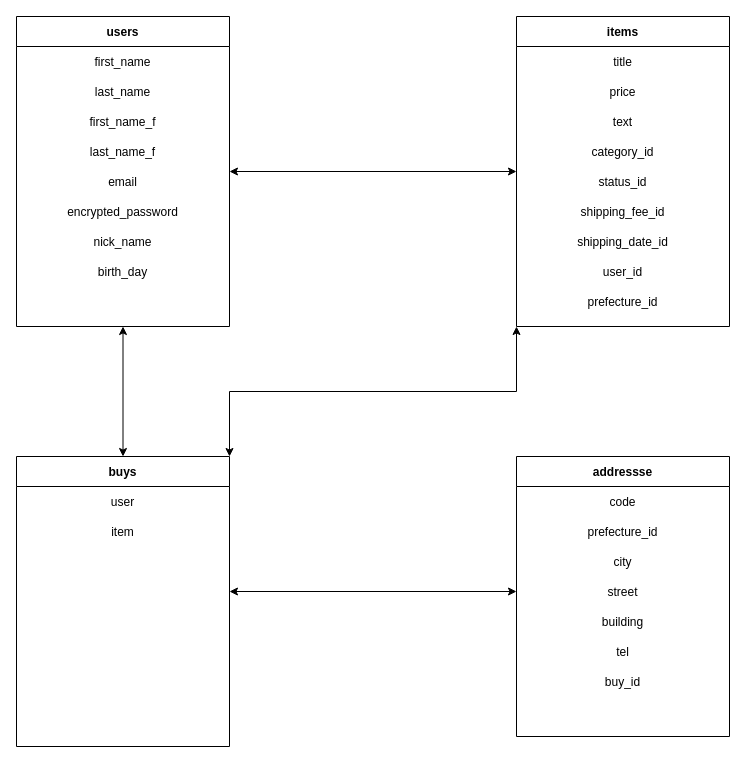
Above: er.dio in hiroforgithub/furima-32590 (draw.io), before the change. Source tidied: cells renumbered, new cells numbered last; positions are measured from the earlier drawing's top-left corner, leaving out a move shared by most shapes. Both pictures are drawn from the tidied source at 100%, with x=0, y=0 at pixel (16, 16).
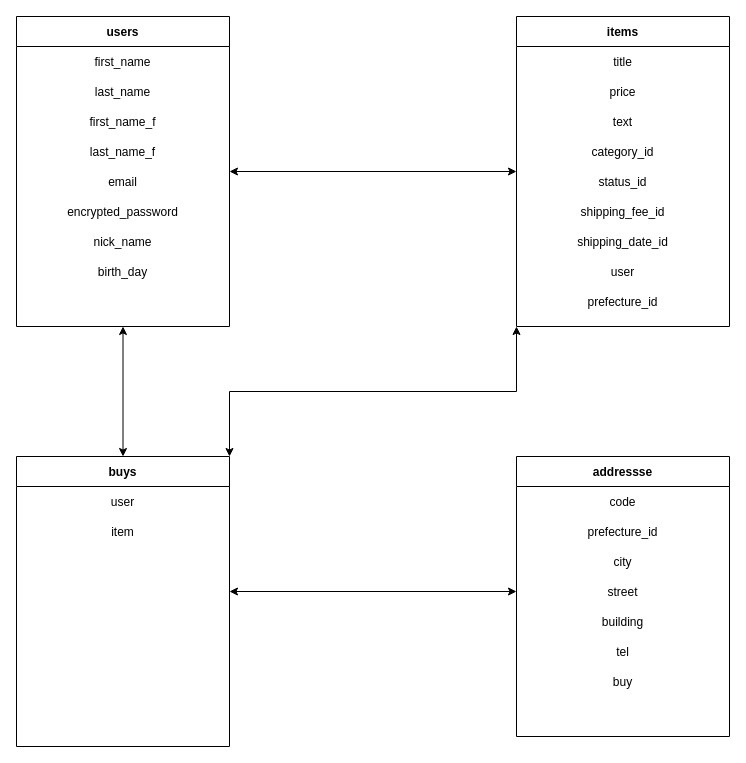
Above is the later version.

Commit message (it also covers changes not shown here):
ER図・README記述（修正④）

Unchanged cells that the change refers to:
```xml
<mxCell id="38" style="shape=partialRectangle;fillColor=none;top=0;left=0;bottom=0;right=0;" parent="23" vertex="1">
  <mxGeometry y="240" width="213" height="30" as="geometry" />
</mxCell>
<mxCell id="55" style="shape=partialRectangle;fillColor=none;top=0;left=0;bottom=0;right=0;" parent="42" vertex="1">
  <mxGeometry y="210" width="213" height="30" as="geometry" />
</mxCell>
```

The edit, as a diff of the source:
```diff
@@
-    <mxCell id="39" value="user_id" style="shape=partialRectangle;fillColor=none;top=0;left=0;bottom=0;right=0;fontStyle=0;overflow=hidden;" parent="38" vertex="1">
+    <mxCell id="39" value="user" style="shape=partialRectangle;fillColor=none;top=0;left=0;bottom=0;right=0;fontStyle=0;overflow=hidden;" parent="38" vertex="1">
       <mxGeometry width="213" height="30" as="geometry" />
     </mxCell>
@@
-    <mxCell id="56" value="buy_id" style="shape=partialRectangle;fillColor=none;top=0;left=0;bottom=0;right=0;fontStyle=0;overflow=hidden;" parent="55" vertex="1">
+    <mxCell id="56" value="buy" style="shape=partialRectangle;fillColor=none;top=0;left=0;bottom=0;right=0;fontStyle=0;overflow=hidden;" parent="55" vertex="1">
       <mxGeometry width="213" height="30" as="geometry" />
     </mxCell>
```
